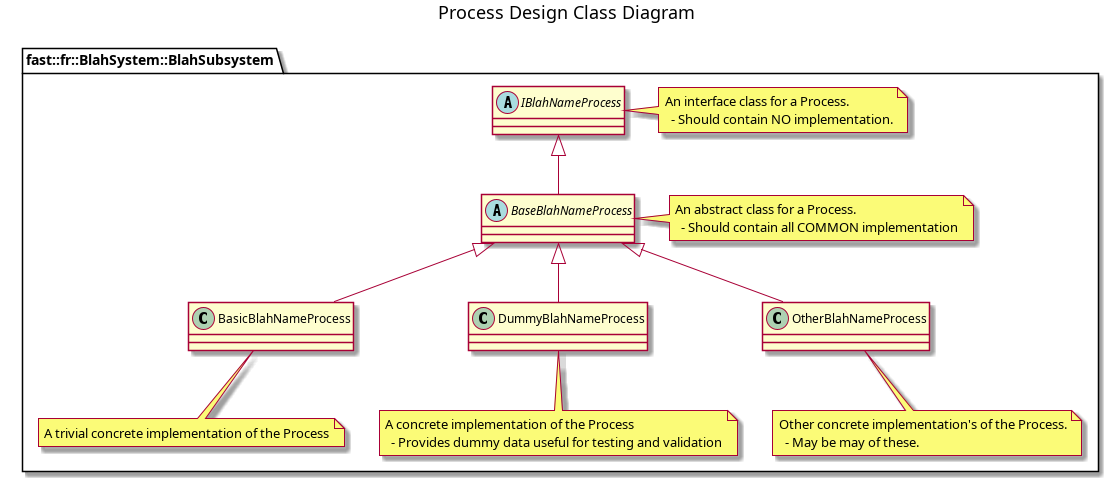
fastrobotics/robot_framework keeps this PlantUML diagram as doc/ADR/003-ADR-ProcessDesign/puml/ProcessDesignClassDiagram.png. Above is the earlier version. Its source is kept beside it as doc/ADR/003-ADR-ProcessDesign/puml/ProcessDesignClassDiagram.puml. Source of this version:
```plantuml
@startuml
title Process Design Class Diagram
namespace fast::fr::BlahSystem::BlahSubsystem {
abstract IBlahNameProcess
note right of IBlahNameProcess
An interface class for a Process.
  - Should contain NO implementation.
end note
abstract BaseBlahNameProcess
IBlahNameProcess <|-- BaseBlahNameProcess
note right of BaseBlahNameProcess
An abstract class for a Process.
  - Should contain all COMMON implementation
end note
class BasicBlahNameProcess
BaseBlahNameProcess <|-- BasicBlahNameProcess
note bottom of BasicBlahNameProcess
A trivial concrete implementation of the Process
end note
class DummyBlahNameProcess
BaseBlahNameProcess <|-- DummyBlahNameProcess
note bottom of DummyBlahNameProcess
A concrete implementation of the Process
  - Provides dummy data useful for testing and validation
end note
class OtherBlahNameProcess
BaseBlahNameProcess <|-- OtherBlahNameProcess
note bottom of OtherBlahNameProcess
Other concrete implementation's of the Process.
  - May be may of these.
end note
}
@enduml
```
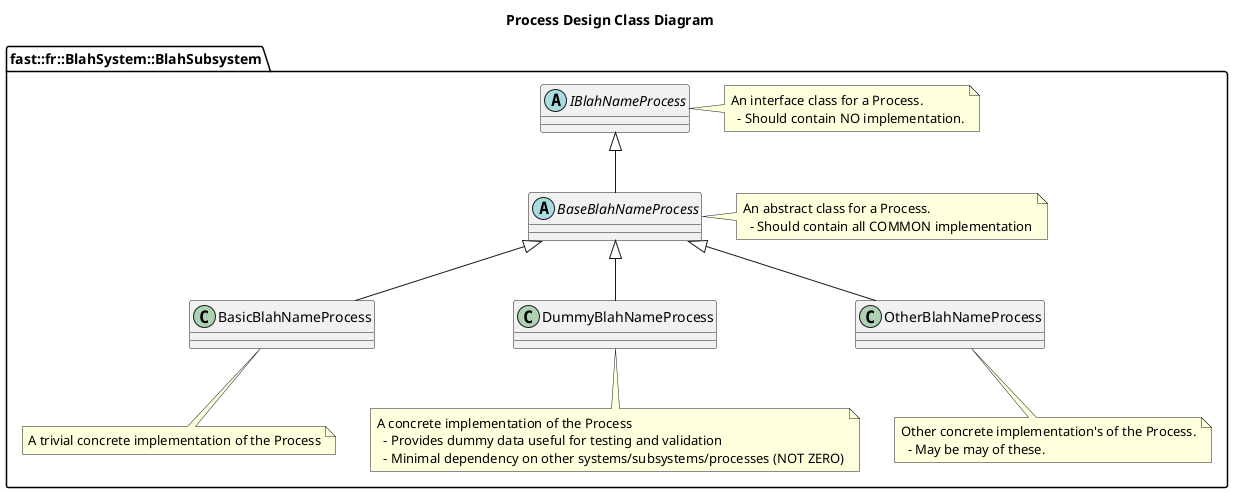
After the commit.

The edit, as a diff of the source:
```diff
@@ -22,6 +22,7 @@
 note bottom of DummyBlahNameProcess
 A concrete implementation of the Process
   - Provides dummy data useful for testing and validation
+  - Minimal dependency on other systems/subsystems/processes (NOT ZERO)
 end note
 class OtherBlahNameProcess
 BaseBlahNameProcess <|-- OtherBlahNameProcess
```
